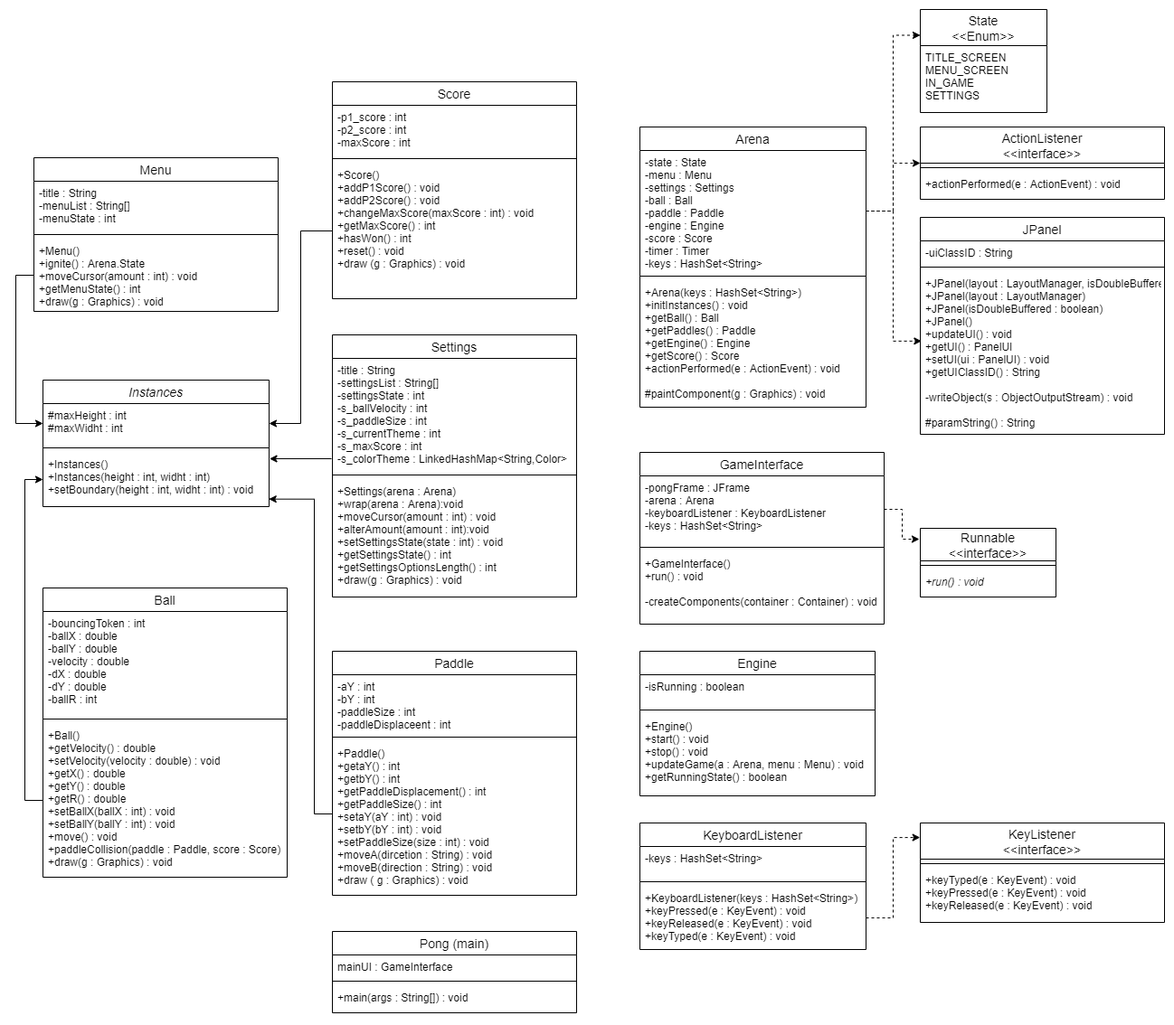
The draw.io diagram images/UML.png in ojan208/Final-Project-OOP, before a commit. Source tidied: cells renumbered, new cells last; positions are measured from the earlier drawing's top-left corner, leaving out a move shared by most shapes.
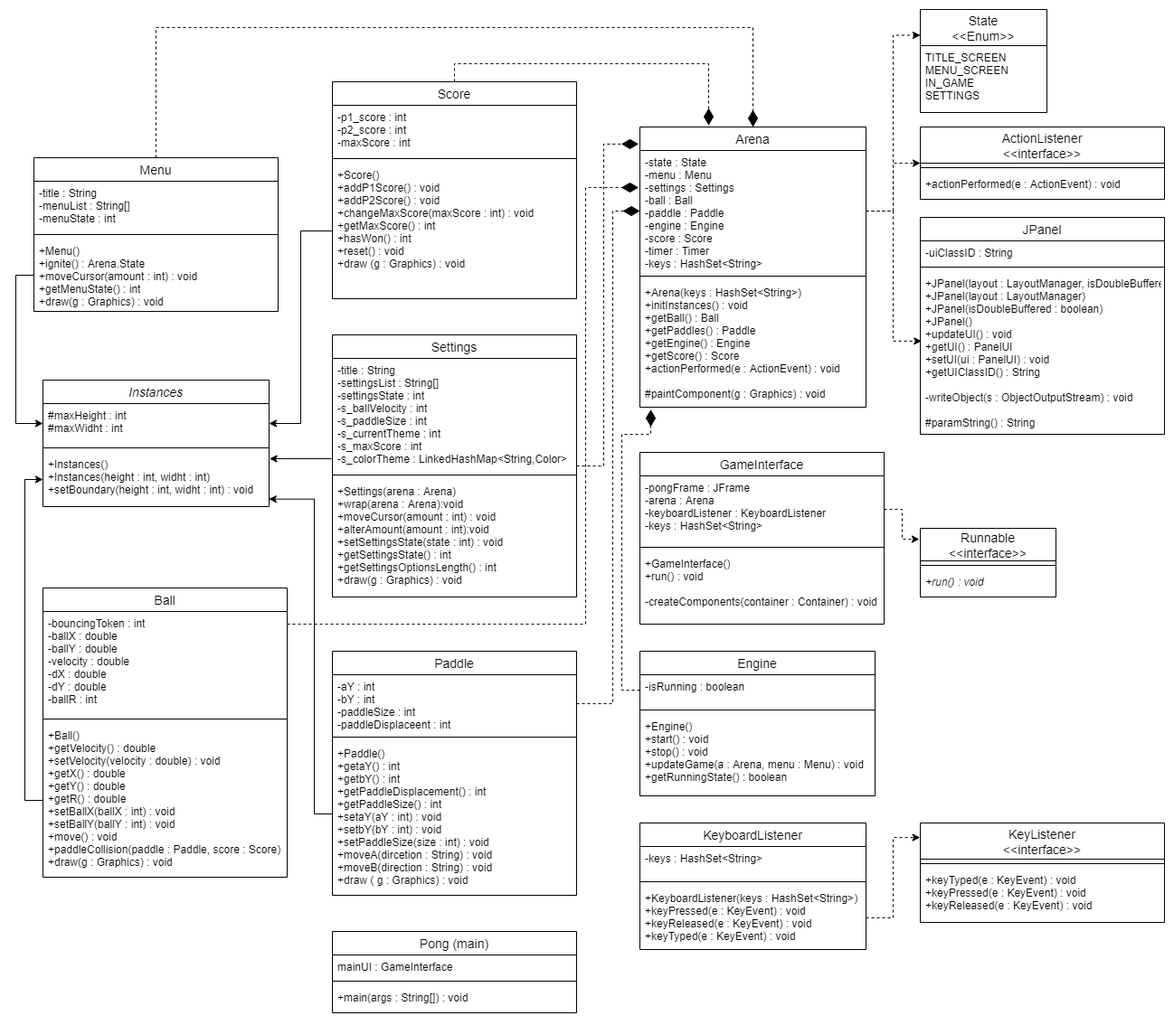
After the commit.

What changed in the source:
```diff
@@ -80,6 +80,14 @@
     <mxCell id="27" value="+KeyboardListener(keys : HashSet&lt;String&gt;)&#10;+keyPressed(e : KeyEvent) : void&#10;+keyReleased(e : KeyEvent) : void&#10;+keyTyped(e : KeyEvent) : void" style="text;strokeColor=none;fillColor=none;spacingLeft=4;spacingRight=4;overflow=hidden;points=[[0,0.5],[1,0.5]];portConstraint=eastwest;fontSize=12;" parent="24" vertex="1">
       <mxGeometry y="70" width="250" height="70" as="geometry" />
     </mxCell>
+    <mxCell id="71" style="edgeStyle=orthogonalEdgeStyle;rounded=0;jettySize=auto;html=1;exitX=0.5;exitY=0;exitDx=0;exitDy=0;entryX=0.5;entryY=0;entryDx=0;entryDy=0;dashed=1;endArrow=diamondThin;endFill=1;strokeWidth=1;endSize=16;" parent="1" edge="1" source="28" target="2">
+      <mxGeometry relative="1" as="geometry">
+        <Array as="points">
+          <mxPoint x="135" y="20" />
+          <mxPoint x="795" y="20" />
+        </Array>
+      </mxGeometry>
+    </mxCell>
     <mxCell id="28" value="Menu" style="swimlane;fontStyle=0;horizontal=1;startSize=26;align=center;fontSize=14;" parent="1" vertex="1">
       <mxGeometry y="164" width="270" height="170" as="geometry" />
     </mxCell>
@@ -104,6 +112,14 @@
     <mxCell id="35" value="+Paddle()&#10;+getaY() : int&#10;+getbY() : int&#10;+getPaddleDisplacement() : int&#10;+getPaddleSize() : int&#10;+setaY(aY : int) : void&#10;+setbY(bY : int) : void&#10;+setPaddleSize(size : int) : void&#10;+moveA(dircetion : String) : void&#10;+moveB(direction : String) : void&#10;+draw ( g : Graphics) : void" style="text;strokeColor=none;fillColor=none;spacingLeft=4;spacingRight=4;overflow=hidden;points=[[0,0.5],[1,0.5]];portConstraint=eastwest;fontSize=12;" parent="32" vertex="1">
       <mxGeometry y="100" width="270" height="170" as="geometry" />
     </mxCell>
+    <mxCell id="72" style="edgeStyle=orthogonalEdgeStyle;rounded=0;jettySize=auto;html=1;exitX=0.5;exitY=0;exitDx=0;exitDy=0;entryX=0.304;entryY=-0.006;entryDx=0;entryDy=0;entryPerimeter=0;dashed=1;endSize=16;endArrow=diamondThin;endFill=1;" parent="1" edge="1" source="36" target="2">
+      <mxGeometry relative="1" as="geometry">
+        <Array as="points">
+          <mxPoint x="465" y="60" />
+          <mxPoint x="746" y="60" />
+        </Array>
+      </mxGeometry>
+    </mxCell>
     <mxCell id="36" value="Score" style="swimlane;fontStyle=0;horizontal=1;startSize=26;align=center;fontSize=14;" parent="1" vertex="1">
       <mxGeometry x="330" y="80" width="270" height="240" as="geometry" />
     </mxCell>
@@ -116,6 +132,9 @@
     <mxCell id="39" value="+Score()&#10;+addP1Score() : void&#10;+addP2Score() : void&#10;+changeMaxScore(maxScore : int) : void&#10;+getMaxScore() : int&#10;+hasWon() : int&#10;+reset() : void&#10;+draw (g : Graphics) : void" style="text;strokeColor=none;fillColor=none;spacingLeft=4;spacingRight=4;overflow=hidden;points=[[0,0.5],[1,0.5]];portConstraint=eastwest;fontSize=12;" parent="36" vertex="1">
       <mxGeometry y="90" width="270" height="150" as="geometry" />
     </mxCell>
+    <mxCell id="73" style="edgeStyle=orthogonalEdgeStyle;rounded=0;jettySize=auto;html=1;entryX=-0.006;entryY=0.061;entryDx=0;entryDy=0;entryPerimeter=0;dashed=1;endArrow=diamondThin;endFill=1;endSize=16;strokeWidth=1;" parent="1" edge="1" source="40" target="2">
+      <mxGeometry relative="1" as="geometry" />
+    </mxCell>
     <mxCell id="40" value="Settings" style="swimlane;fontStyle=0;horizontal=1;startSize=26;align=center;fontSize=14;" parent="1" vertex="1">
       <mxGeometry x="330" y="360" width="270" height="290" as="geometry" />
     </mxCell>
@@ -216,5 +235,32 @@
     <mxCell id="70" style="edgeStyle=orthogonalEdgeStyle;rounded=0;jettySize=auto;html=1;exitX=1;exitY=0.5;exitDx=0;exitDy=0;entryX=0;entryY=0.5;entryDx=0;entryDy=0;dashed=1;" parent="1" edge="1" source="3" target="54">
       <mxGeometry relative="1" as="geometry" />
     </mxCell>
+    <mxCell id="74" style="edgeStyle=orthogonalEdgeStyle;rounded=0;jettySize=auto;html=1;entryX=-0.006;entryY=0.306;entryDx=0;entryDy=0;entryPerimeter=0;dashed=1;endArrow=diamondThin;endFill=1;endSize=16;strokeWidth=1;" parent="1" edge="1" target="3">
+      <mxGeometry relative="1" as="geometry">
+        <mxPoint x="280" y="680" as="sourcePoint" />
+        <Array as="points">
+          <mxPoint x="280" y="680" />
+          <mxPoint x="610" y="680" />
+          <mxPoint x="610" y="197" />
+        </Array>
+      </mxGeometry>
+    </mxCell>
+    <mxCell id="75" style="edgeStyle=orthogonalEdgeStyle;rounded=0;jettySize=auto;html=1;exitX=1;exitY=0.5;exitDx=0;exitDy=0;entryX=0;entryY=0.5;entryDx=0;entryDy=0;dashed=1;endArrow=diamondThin;endFill=1;endSize=16;strokeWidth=1;" parent="1" edge="1" source="33" target="3">
+      <mxGeometry relative="1" as="geometry">
+        <Array as="points">
+          <mxPoint x="640" y="768" />
+          <mxPoint x="640" y="223" />
+        </Array>
+      </mxGeometry>
+    </mxCell>
+    <mxCell id="76" style="edgeStyle=orthogonalEdgeStyle;rounded=0;jettySize=auto;html=1;exitX=0;exitY=0.5;exitDx=0;exitDy=0;entryX=0.048;entryY=1.019;entryDx=0;entryDy=0;entryPerimeter=0;dashed=1;endArrow=diamondThin;endFill=1;endSize=16;strokeWidth=1;" parent="1" edge="1" source="17" target="5">
+      <mxGeometry relative="1" as="geometry">
+        <Array as="points">
+          <mxPoint x="650" y="753" />
+          <mxPoint x="650" y="470" />
+          <mxPoint x="682" y="470" />
+        </Array>
+      </mxGeometry>
+    </mxCell>
   </root>
 </mxGraphModel>
```
